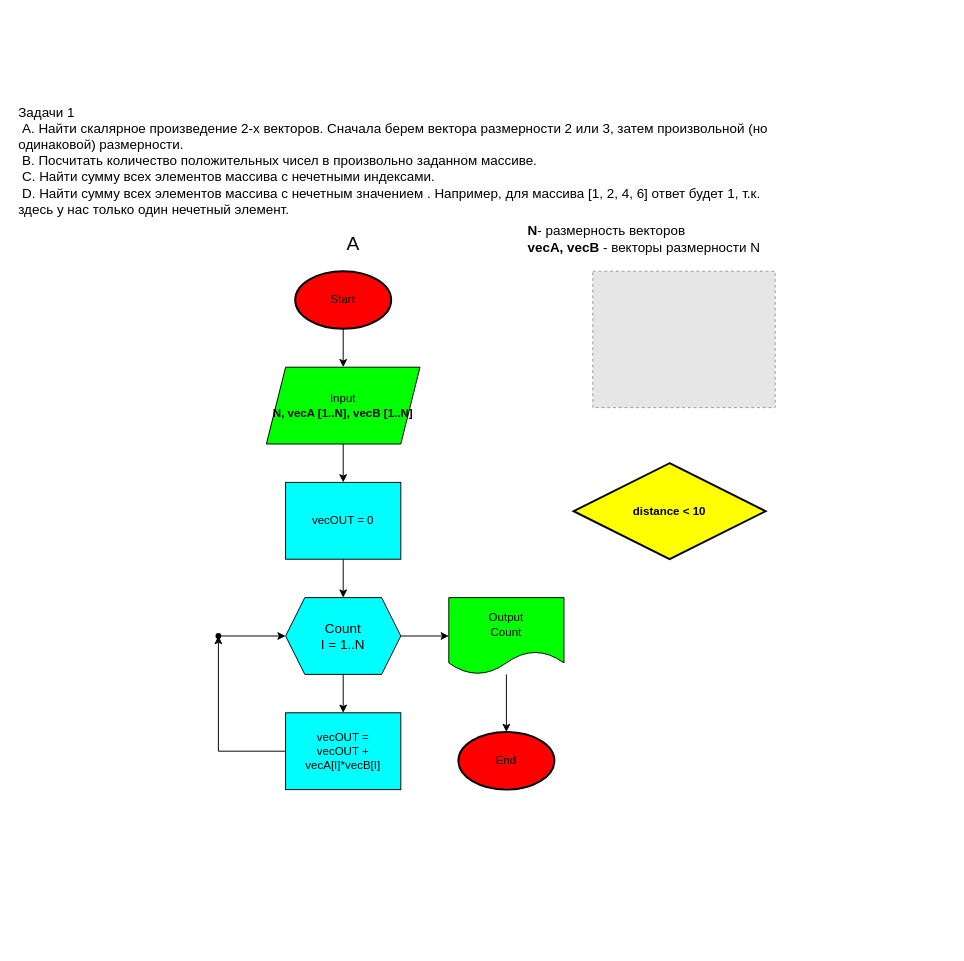
saffonov/gb_learning keeps this draw.io diagram as safonov_seminar2_crw_1.drawio. Above is the earlier version. Source tidied: cells renumbered, new cells numbered last; positions are measured from the earlier drawing's top-left corner, leaving out a move shared by most shapes. Both pictures are drawn from the tidied source at 96%, with x=0, y=0 at pixel (16, 88). Pictures stored in the file or linked from it are replaced by grey dashed boxes.
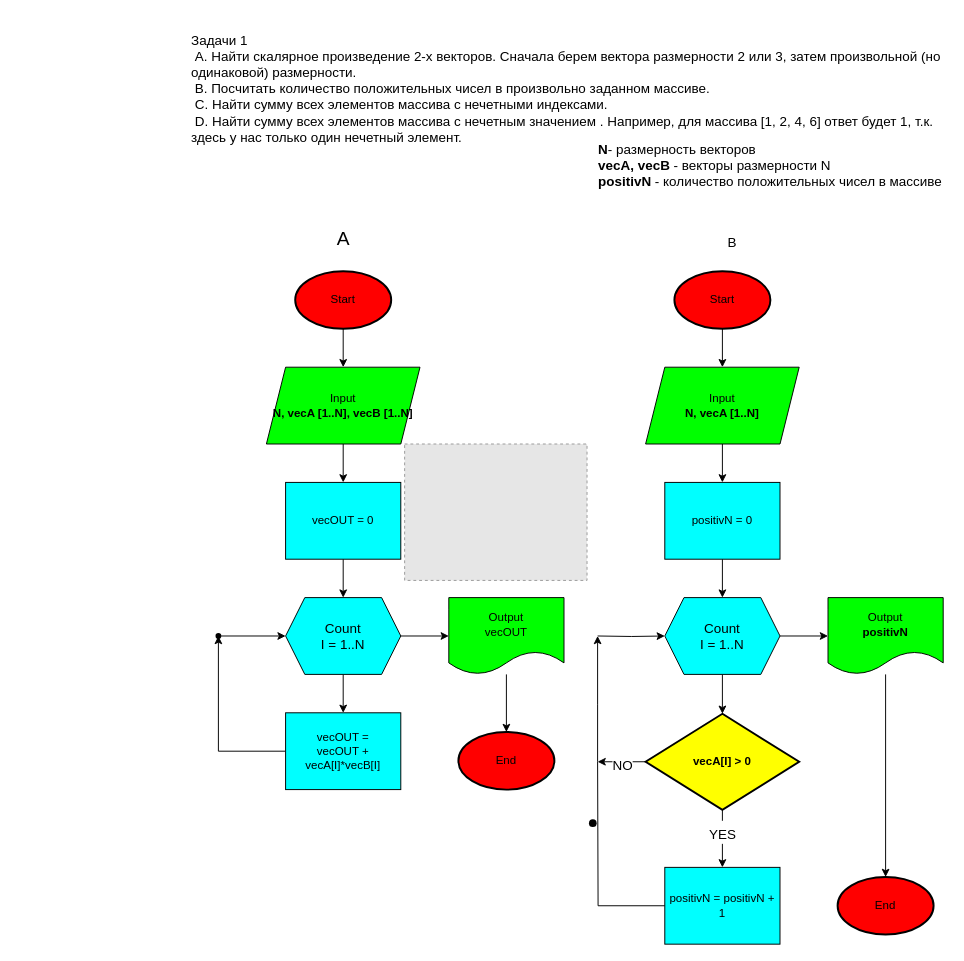
The same page after the edit.

The edit, as a diff of the source:
```diff
@@
-    <mxCell id="7" value="&lt;div style=&quot;font-size: 14px;&quot; align=&quot;justify&quot;&gt;&lt;b&gt;N&lt;/b&gt;- размерность векторов&lt;br style=&quot;font-size: 14px;&quot;&gt;&lt;b&gt;vecA, vecB &lt;/b&gt;- векторы размерности N&lt;br style=&quot;font-size: 14px;&quot;&gt;&lt;br&gt;&lt;/div&gt;" style="text;html=1;strokeColor=none;fillColor=none;align=center;verticalAlign=middle;whiteSpace=wrap;rounded=0;fontFamily=Helvetica;fontSize=14;" parent="1" vertex="1">
-      <mxGeometry x="520" y="140" width="267" height="50" as="geometry" />
+    <mxCell id="7" value="&lt;div style=&quot;font-size: 14px;&quot; align=&quot;justify&quot;&gt;&lt;b&gt;N&lt;/b&gt;- размерность векторов&lt;br style=&quot;font-size: 14px;&quot;&gt;&lt;b&gt;vecA, vecB &lt;/b&gt;- векторы размерности N&lt;/div&gt;&lt;div style=&quot;font-size: 14px;&quot; align=&quot;justify&quot;&gt;&lt;b&gt;positivN &lt;/b&gt;- количество положительных чисел в массиве&lt;br&gt;&lt;/div&gt;" style="text;html=1;strokeColor=none;fillColor=none;align=center;verticalAlign=middle;whiteSpace=wrap;rounded=0;fontFamily=Helvetica;fontSize=14;" parent="1" vertex="1">
+      <mxGeometry x="600" y="55" width="370" height="50" as="geometry" />
     </mxCell>
@@
+    <mxCell id="23" style="edgeStyle=orthogonalEdgeStyle;rounded=0;jettySize=auto;html=1;fontFamily=Helvetica;fontSize=20;" parent="1" edge="1" source="10" target="39">
+      <mxGeometry relative="1" as="geometry" />
+    </mxCell>
+    <mxCell id="24" value="&lt;font style=&quot;font-size: 14px;&quot;&gt;YES&lt;/font&gt;" style="edgeLabel;html=1;align=center;verticalAlign=middle;fontSize=20;fontFamily=Helvetica;" parent="23" vertex="1">
+      <mxGeometry x="-0.28" y="-1" relative="1" as="geometry" />
+    </mxCell>
+    <mxCell id="25" value="&lt;font style=&quot;font-size: 14px;&quot;&gt;NO&lt;/font&gt;" style="edgeStyle=orthogonalEdgeStyle;rounded=0;jettySize=auto;html=1;fontFamily=Helvetica;fontSize=20;" parent="1" edge="1" source="10">
+      <mxGeometry relative="1" as="geometry">
+        <mxPoint x="605" y="701" as="targetPoint" />
+      </mxGeometry>
+    </mxCell>
-    <mxCell id="10" value="&lt;b&gt;distance &amp;lt; 10&lt;/b&gt;" style="strokeWidth=2;html=1;shape=mxgraph.flowchart.decision;whiteSpace=wrap;labelBackgroundColor=none;fontColor=default;fillColor=#FFFF00;" parent="1" vertex="1">
-      <mxGeometry x="580" y="390" width="200" height="100" as="geometry" />
+    <mxCell id="10" value="&lt;b&gt;vecA[I] &amp;gt; 0&lt;br&gt;&lt;/b&gt;" style="strokeWidth=2;html=1;shape=mxgraph.flowchart.decision;whiteSpace=wrap;labelBackgroundColor=none;fontColor=default;fillColor=#FFFF00;" parent="1" vertex="1">
+      <mxGeometry x="655" y="651" width="160" height="100" as="geometry" />
     </mxCell>
@@
-    <mxCell id="12" value="&lt;div&gt;Output&lt;/div&gt;&lt;div&gt;Count&lt;br&gt;&lt;/div&gt;" style="shape=document;whiteSpace=wrap;html=1;boundedLbl=1;fillColor=#00FF00;" parent="1" vertex="1">
+    <mxCell id="12" value="&lt;div&gt;Output&lt;/div&gt;&lt;div&gt;vecOUT&lt;br&gt;&lt;/div&gt;" style="shape=document;whiteSpace=wrap;html=1;boundedLbl=1;fillColor=#00FF00;" parent="1" vertex="1">
       <mxGeometry x="450" y="530" width="120" height="80" as="geometry" />
     </mxCell>
     <mxCell id="13" value="&lt;font face=&quot;Helvetica&quot;&gt;Задачи 1&lt;br&gt;&lt;span style=&quot;white-space: pre;&quot;&gt; &lt;/span&gt;A. Найти скалярное произведение 2-х векторов. Сначала берем вектора размерности 2 или 3, затем произвольной (но одинаковой) размерности.&lt;br&gt;&lt;span style=&quot;white-space: pre;&quot;&gt; &lt;/span&gt;B. Посчитать количество положительных чисел в произвольно заданном массиве.&lt;br&gt;&lt;span style=&quot;white-space: pre;&quot;&gt; &lt;/span&gt;C. Найти сумму всех элементов массива с нечетными индексами.&lt;br&gt;&lt;span style=&quot;white-space: pre;&quot;&gt; &lt;/span&gt;D. Найти сумму всех элементов массива с нечетным значением . Например, для массива [1, 2, 4, 6] ответ будет 1, т.к. здесь у нас только один нечетный элемент.&lt;/font&gt;" style="text;html=1;strokeColor=none;fillColor=none;align=left;verticalAlign=middle;whiteSpace=wrap;rounded=0;fontSize=14;" parent="1" vertex="1">
-      <mxGeometry width="790" height="150" as="geometry" />
+      <mxGeometry x="180" y="-75" width="790" height="150" as="geometry" />
     </mxCell>
     <mxCell id="14" style="fillColor=#E6E6E6;strokeColor=#999999;dashed=1;verticalLabelPosition=bottom;labelBackgroundColor=default;verticalAlign=top;" parent="1" vertex="1">
-      <mxGeometry x="600" y="190" width="190" height="142.1" as="geometry" />
+      <mxGeometry x="404" y="370" width="190" height="142.1" as="geometry" />
     </mxCell>
@@
     <mxCell id="22" value="&lt;font style=&quot;font-size: 20px;&quot;&gt;A&lt;/font&gt;" style="text;html=1;align=center;verticalAlign=middle;strokeColor=none;fillColor=none;fontSize=14;fontFamily=Helvetica;" parent="1" vertex="1">
-      <mxGeometry x="330" y="140" width="40" height="40" as="geometry" />
+      <mxGeometry x="320" y="135" width="40" height="40" as="geometry" />
     </mxCell>
+    <mxCell id="26" style="edgeStyle=orthogonalEdgeStyle;rounded=0;jettySize=auto;html=1;fontFamily=Helvetica;fontSize=14;" parent="1" edge="1" source="27" target="32">
+      <mxGeometry relative="1" as="geometry" />
+    </mxCell>
+    <mxCell id="27" value="Start" style="strokeWidth=2;html=1;shape=mxgraph.flowchart.start_1;whiteSpace=wrap;fillColor=#FF0000;" parent="1" vertex="1">
+      <mxGeometry x="685" y="190" width="100" height="60" as="geometry" />
+    </mxCell>
+    <mxCell id="28" style="edgeStyle=orthogonalEdgeStyle;rounded=0;jettySize=auto;html=1;fontFamily=Helvetica;fontSize=14;" parent="1" edge="1" source="29" target="37">
+      <mxGeometry relative="1" as="geometry" />
+    </mxCell>
+    <mxCell id="29" value="&lt;div&gt;positivN = 0&lt;br&gt;&lt;/div&gt;" style="rounded=0;whiteSpace=wrap;html=1;fillColor=#00FFFF;" parent="1" vertex="1">
+      <mxGeometry x="675" y="410" width="120" height="80" as="geometry" />
+    </mxCell>
+    <mxCell id="30" value="End" style="strokeWidth=2;html=1;shape=mxgraph.flowchart.start_1;whiteSpace=wrap;fillColor=#FF0000;" parent="1" vertex="1">
+      <mxGeometry x="855" y="821" width="100" height="60" as="geometry" />
+    </mxCell>
+    <mxCell id="31" style="edgeStyle=orthogonalEdgeStyle;rounded=0;jettySize=auto;html=1;fontFamily=Helvetica;fontSize=14;" parent="1" edge="1" source="32" target="29">
+      <mxGeometry relative="1" as="geometry" />
+    </mxCell>
+    <mxCell id="32" value="&lt;div&gt;Input&lt;/div&gt;&lt;div&gt;&lt;b&gt;N, vecA [1..N]&lt;/b&gt;&lt;b&gt;&lt;br&gt;&lt;/b&gt;&lt;/div&gt;" style="shape=parallelogram;perimeter=parallelogramPerimeter;whiteSpace=wrap;html=1;fixedSize=1;fillColor=#00FF00;" parent="1" vertex="1">
+      <mxGeometry x="655" y="290" width="160" height="80" as="geometry" />
+    </mxCell>
+    <mxCell id="33" style="edgeStyle=orthogonalEdgeStyle;rounded=0;jettySize=auto;html=1;fontFamily=Helvetica;fontSize=14;" parent="1" edge="1" source="34" target="30">
+      <mxGeometry relative="1" as="geometry" />
+    </mxCell>
+    <mxCell id="34" value="&lt;div&gt;Output&lt;/div&gt;&lt;div&gt;&lt;b&gt;positivN&lt;/b&gt;&lt;/div&gt;" style="shape=document;whiteSpace=wrap;html=1;boundedLbl=1;fillColor=#00FF00;" parent="1" vertex="1">
+      <mxGeometry x="845" y="530" width="120" height="80" as="geometry" />
+    </mxCell>
+    <mxCell id="35" style="edgeStyle=orthogonalEdgeStyle;rounded=0;jettySize=auto;html=1;fontFamily=Helvetica;fontSize=14;" parent="1" edge="1" source="37" target="34">
+      <mxGeometry relative="1" as="geometry" />
+    </mxCell>
+    <mxCell id="36" style="edgeStyle=orthogonalEdgeStyle;rounded=0;jettySize=auto;html=1;fontFamily=Helvetica;fontSize=20;" parent="1" edge="1" source="37" target="10">
+      <mxGeometry relative="1" as="geometry" />
+    </mxCell>
+    <mxCell id="37" value="&lt;div&gt;Count&lt;/div&gt;&lt;div&gt;I = 1..N&lt;br&gt;&lt;/div&gt;" style="shape=hexagon;perimeter=hexagonPerimeter2;whiteSpace=wrap;html=1;fixedSize=1;fontFamily=Helvetica;fontSize=14;fillColor=#00FFFF;" parent="1" vertex="1">
+      <mxGeometry x="675" y="530" width="120" height="80" as="geometry" />
+    </mxCell>
+    <mxCell id="38" style="edgeStyle=orthogonalEdgeStyle;rounded=0;orthogonalLoop=1;jettySize=auto;html=1;fontFamily=Helvetica;fontSize=14;startArrow=none;" parent="1" edge="1">
+      <mxGeometry relative="1" as="geometry">
+        <mxPoint x="605" y="701" as="sourcePoint" />
+        <mxPoint x="605" y="570" as="targetPoint" />
+        <Array as="points">
+          <mxPoint x="605" y="641" />
+          <mxPoint x="605" y="641" />
+        </Array>
+      </mxGeometry>
+    </mxCell>
+    <mxCell id="39" value="&lt;div&gt;positivN = positivN + 1&lt;br&gt;&lt;/div&gt;" style="rounded=0;whiteSpace=wrap;html=1;fillColor=#00FFFF;" parent="1" vertex="1">
+      <mxGeometry x="675" y="811" width="120" height="80" as="geometry" />
+    </mxCell>
+    <mxCell id="40" style="edgeStyle=orthogonalEdgeStyle;rounded=0;jettySize=auto;html=1;fontFamily=Helvetica;fontSize=14;" parent="1" edge="1" target="37">
+      <mxGeometry relative="1" as="geometry">
+        <mxPoint x="605" y="570" as="sourcePoint" />
+      </mxGeometry>
+    </mxCell>
+    <mxCell id="41" value="B" style="text;html=1;align=center;verticalAlign=middle;strokeColor=none;fillColor=none;fontSize=14;fontFamily=Helvetica;" parent="1" vertex="1">
+      <mxGeometry x="730" y="145" width="30" height="30" as="geometry" />
+    </mxCell>
+    <mxCell id="42" style="shape=waypoint;sketch=0;size=6;fillColor=#FFFF00;perimeter=centerPerimeter;strokeWidth=2;labelBackgroundColor=none;" parent="1" vertex="1">
+      <mxGeometry x="580" y="745" width="40" height="40" as="geometry" />
+    </mxCell>
+    <mxCell id="43" style="edgeStyle=orthogonalEdgeStyle;rounded=0;jettySize=auto;html=1;fontFamily=Helvetica;fontSize=14;endArrow=none;" parent="1" edge="1" source="39">
+      <mxGeometry relative="1" as="geometry">
+        <mxPoint x="605" y="701" as="targetPoint" />
+      </mxGeometry>
+    </mxCell>
```
